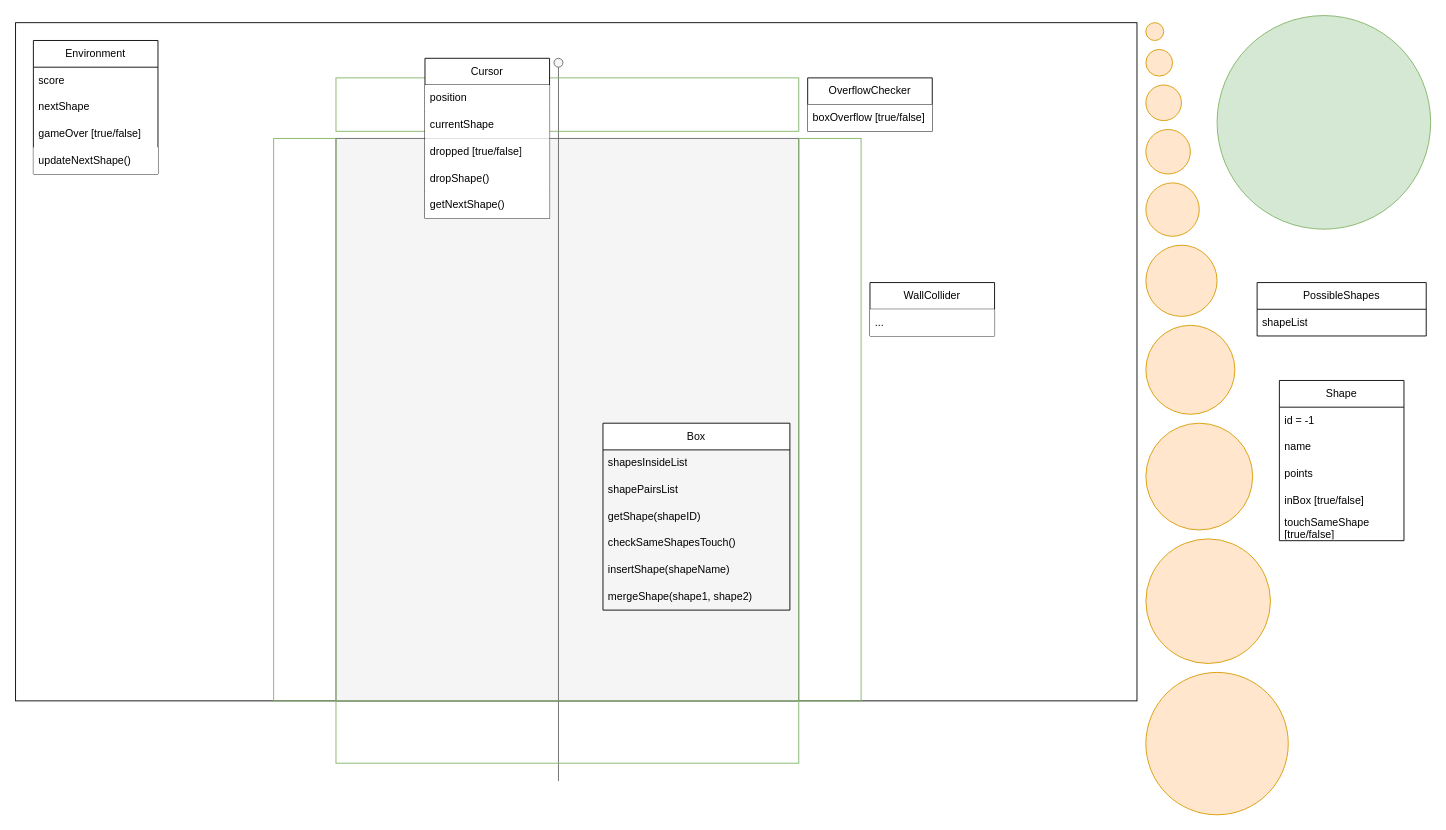
Earlier version of the draw.io diagram page "classes" (2 of 2) of devlog/schematic.drawio (holistudio/minika). Source tidied: cells renumbered, new cells numbered last; positions are measured from the earlier drawing's top-left corner, leaving out a move shared by most shapes. Both pictures are drawn from the tidied source at 89%, with x=0, y=0 at pixel (15, 15).
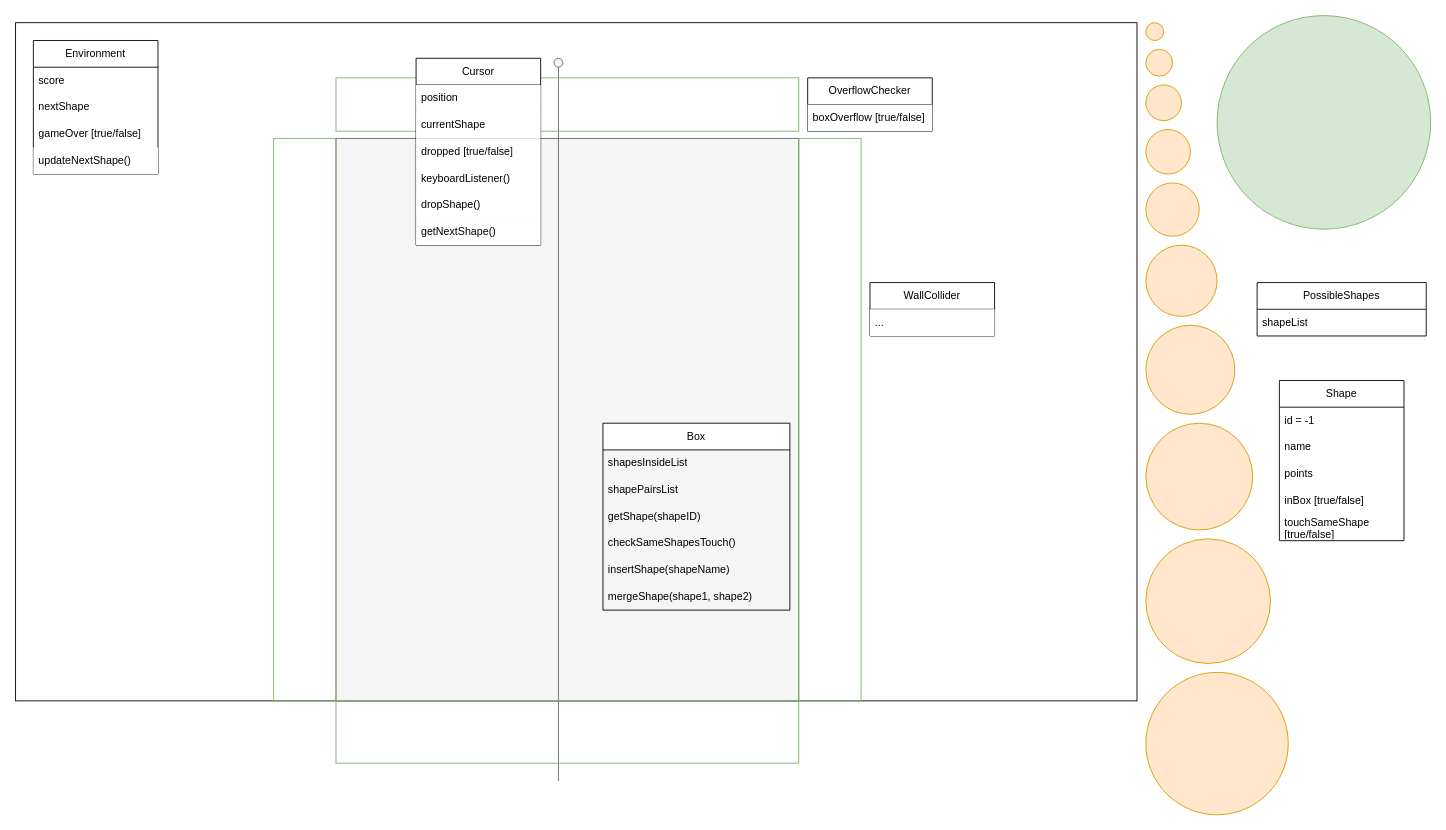
The same page after the edit.

Change to the diagram source:
```diff
@@
     <mxCell id="36" value="Cursor" style="swimlane;fontStyle=0;horizontal=1;startSize=30;whiteSpace=wrap;html=1;labelBackgroundColor=none;" parent="1" vertex="1">
-      <mxGeometry x="460" y="48" width="140" height="180" as="geometry" />
+      <mxGeometry x="450" y="48" width="140" height="210" as="geometry" />
     </mxCell>
@@
+    <mxCell id="51" value="keyboardListener()" style="text;align=left;verticalAlign=middle;spacingLeft=4;spacingRight=4;overflow=hidden;whiteSpace=wrap;html=1;labelBackgroundColor=none;fillColor=default;" parent="36" vertex="1">
+      <mxGeometry y="120" width="140" height="30" as="geometry" />
+    </mxCell>
     <mxCell id="40" value="dropShape()" style="text;align=left;verticalAlign=middle;spacingLeft=4;spacingRight=4;overflow=hidden;whiteSpace=wrap;html=1;labelBackgroundColor=none;fillColor=default;" parent="36" vertex="1">
-      <mxGeometry y="120" width="140" height="30" as="geometry" />
+      <mxGeometry y="150" width="140" height="30" as="geometry" />
     </mxCell>
     <mxCell id="41" value="getNextShape()" style="text;align=left;verticalAlign=middle;spacingLeft=4;spacingRight=4;overflow=hidden;whiteSpace=wrap;html=1;labelBackgroundColor=none;fillColor=default;" parent="36" vertex="1">
-      <mxGeometry y="150" width="140" height="30" as="geometry" />
+      <mxGeometry y="180" width="140" height="30" as="geometry" />
     </mxCell>
```
